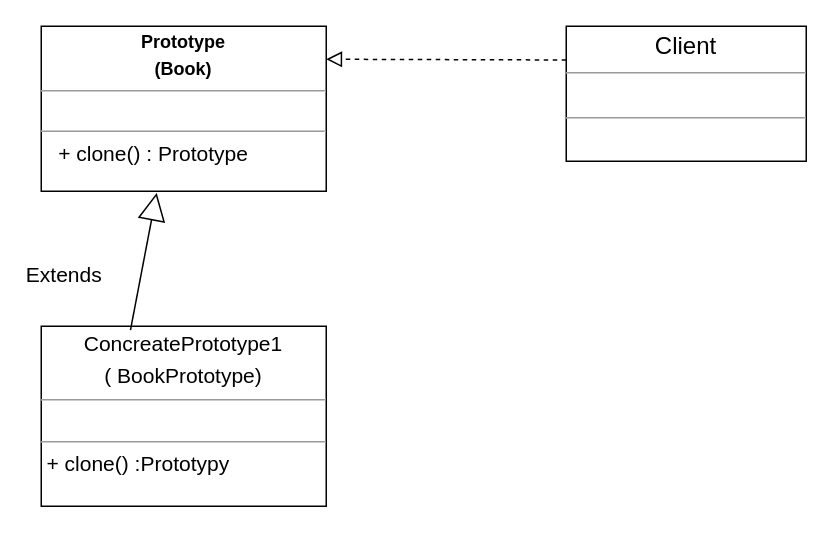
The draw.io diagram page "Page-1" (1 of 2) of creational/prototype/proto.drawio in MaksShadows/Patterns, before the edit. Source tidied: cells renumbered, new cells numbered last; positions are measured from the earlier drawing's top-left corner, leaving out a move shared by most shapes. Both pictures are drawn from the tidied source at 150%, with x=0, y=0 at pixel (40, 26).
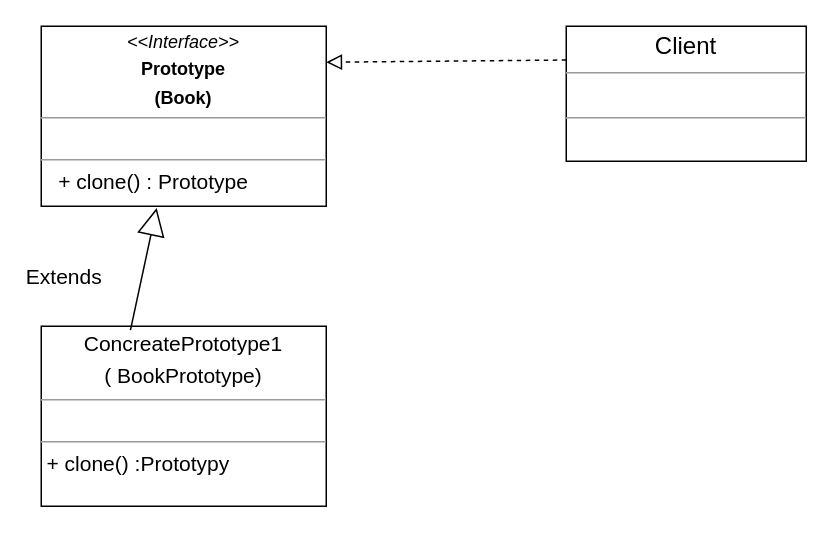
The same diagram, later.

What changed in the source:
```diff
@@
 <mxGraphModel>
   <root>
     <mxCell id="0" />
     <mxCell id="1" parent="0" />
-    <mxCell id="2" value="&lt;p style=&quot;margin: 0px ; margin-top: 4px ; text-align: center&quot;&gt;&lt;b&gt;Prototype&lt;/b&gt;&lt;/p&gt;&lt;p style=&quot;margin: 0px ; margin-top: 4px ; text-align: center&quot;&gt;&lt;b&gt;(Book)&lt;/b&gt;&lt;/p&gt;&lt;hr size=&quot;1&quot;&gt;&lt;p style=&quot;margin: 0px ; margin-left: 4px&quot;&gt;&lt;br&gt;&lt;/p&gt;&lt;hr size=&quot;1&quot;&gt;&lt;p style=&quot;text-align: justify ; margin: 0px 0px 0px 4px&quot;&gt;&lt;font style=&quot;font-size: 14px&quot;&gt;&amp;nbsp; + clone() : Prototype&lt;/font&gt;&lt;/p&gt;" style="verticalAlign=top;align=left;overflow=fill;fontSize=12;fontFamily=Helvetica;html=1;" parent="1" vertex="1">
-      <mxGeometry width="190" height="110" as="geometry" />
+    <mxCell id="2" value="&lt;p style=&quot;margin: 4px 0px 0px ; text-align: center&quot;&gt;&lt;i&gt;&amp;lt;&amp;lt;Interface&amp;gt;&amp;gt;&lt;/i&gt;&lt;/p&gt;&lt;p style=&quot;margin: 0px ; margin-top: 4px ; text-align: center&quot;&gt;&lt;b&gt;Prototype&lt;/b&gt;&lt;/p&gt;&lt;p style=&quot;margin: 0px ; margin-top: 4px ; text-align: center&quot;&gt;&lt;b&gt;(Book)&lt;/b&gt;&lt;/p&gt;&lt;hr size=&quot;1&quot;&gt;&lt;p style=&quot;margin: 0px ; margin-left: 4px&quot;&gt;&lt;br&gt;&lt;/p&gt;&lt;hr size=&quot;1&quot;&gt;&lt;p style=&quot;text-align: justify ; margin: 0px 0px 0px 4px&quot;&gt;&lt;font style=&quot;font-size: 14px&quot;&gt;&amp;nbsp; + clone() : Prototype&lt;/font&gt;&lt;/p&gt;" style="verticalAlign=top;align=left;overflow=fill;fontSize=12;fontFamily=Helvetica;html=1;" parent="1" vertex="1">
+      <mxGeometry width="190" height="120" as="geometry" />
     </mxCell>
     <mxCell id="3" value="&lt;p style=&quot;text-align: center ; margin: 4px 0px 0px ; font-size: 14px&quot;&gt;&lt;font style=&quot;font-size: 14px&quot;&gt;ConcreatePrototype1&lt;/font&gt;&lt;/p&gt;&lt;p style=&quot;text-align: center ; margin: 4px 0px 0px ; font-size: 14px&quot;&gt;&lt;font style=&quot;font-size: 14px&quot;&gt;(&amp;nbsp;BookPrototype)&lt;/font&gt;&lt;/p&gt;&lt;hr size=&quot;1&quot; style=&quot;text-align: justify ; font-size: 14px&quot;&gt;&lt;p style=&quot;text-align: justify ; margin: 0px 0px 0px 4px&quot;&gt;&lt;br&gt;&lt;/p&gt;&lt;hr size=&quot;1&quot; style=&quot;text-align: justify&quot;&gt;&lt;p style=&quot;text-align: justify ; margin: 0px 0px 0px 4px&quot;&gt;&lt;font style=&quot;font-size: 14px&quot;&gt;+ clone() :Prototypy&lt;/font&gt;&lt;/p&gt;&lt;div&gt;&lt;br&gt;&lt;/div&gt;" style="verticalAlign=top;align=left;overflow=fill;fontSize=12;fontFamily=Helvetica;html=1;" parent="1" vertex="1">
       <mxGeometry y="200" width="190" height="120" as="geometry" />
     </mxCell>
     <mxCell id="4" value="&lt;p style=&quot;text-align: center ; margin: 4px 0px 0px ; font-size: 16px&quot;&gt;&lt;font style=&quot;font-size: 16px&quot;&gt;Client&lt;/font&gt;&lt;/p&gt;&lt;hr size=&quot;1&quot; style=&quot;text-align: justify ; font-size: 16px&quot;&gt;&lt;p style=&quot;text-align: justify ; margin: 0px 0px 0px 4px&quot;&gt;&lt;br&gt;&lt;/p&gt;&lt;hr size=&quot;1&quot; style=&quot;text-align: justify&quot;&gt;&lt;p style=&quot;text-align: justify ; margin: 0px 0px 0px 4px&quot;&gt;&lt;br&gt;&lt;/p&gt;" style="verticalAlign=top;align=left;overflow=fill;fontSize=12;fontFamily=Helvetica;html=1;" parent="1" vertex="1">
       <mxGeometry x="350" width="160" height="90" as="geometry" />
     </mxCell>
     <mxCell id="5" value="Extends" style="endArrow=block;endSize=16;endFill=0;html=1;fontSize=14;entryX=0.405;entryY=1.01;entryDx=0;entryDy=0;entryPerimeter=0;exitX=0.313;exitY=0.022;exitDx=0;exitDy=0;exitPerimeter=0;" parent="1" edge="1" source="3" target="2">
       <mxGeometry x="-0.4" y="51" relative="1" as="geometry" />
     </mxCell>
     <mxCell id="6" style="endArrow=block;startArrow=none;endFill=0;startFill=0;endSize=8;html=1;verticalAlign=bottom;dashed=1;labelBackgroundColor=none;exitX=0;exitY=0.25;exitDx=0;exitDy=0;entryX=1;entryY=0.2;entryDx=0;entryDy=0;entryPerimeter=0;" parent="1" edge="1" source="4" target="2">
       <mxGeometry relative="1" as="geometry" />
     </mxCell>
   </root>
 </mxGraphModel>
```
